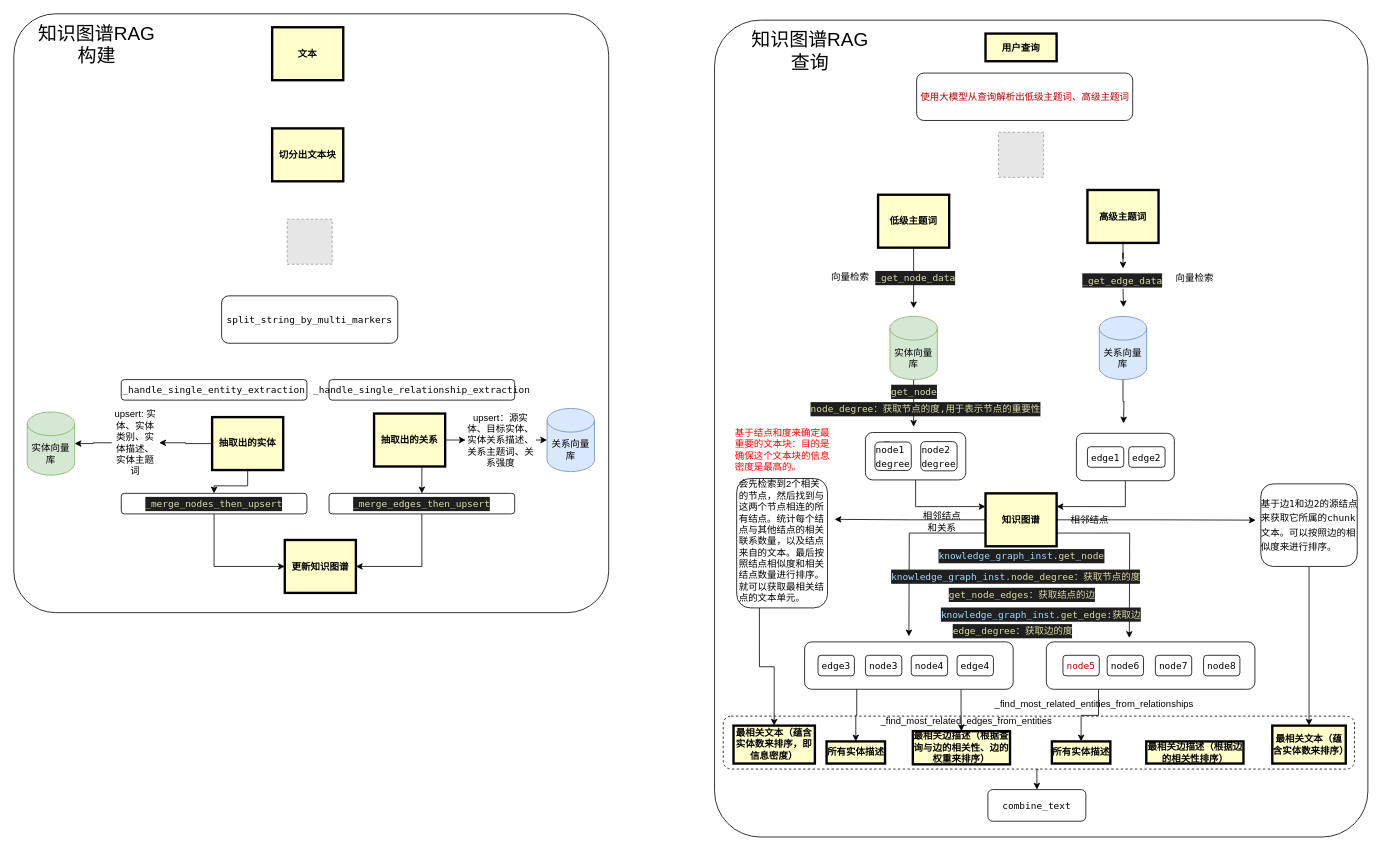
This is 知识图谱RAG.drawio from liweizhen111/GIt-GitHub_Note, a draw.io file, before an edit. Source tidied: cells renumbered, new cells numbered last; positions are measured from the earlier drawing's top-left corner, leaving out a move shared by most shapes. Both pictures are drawn from the tidied source at 79%, with x=0, y=0 at pixel (13, 13). Pictures stored in the file or linked from it are replaced by grey dashed boxes.
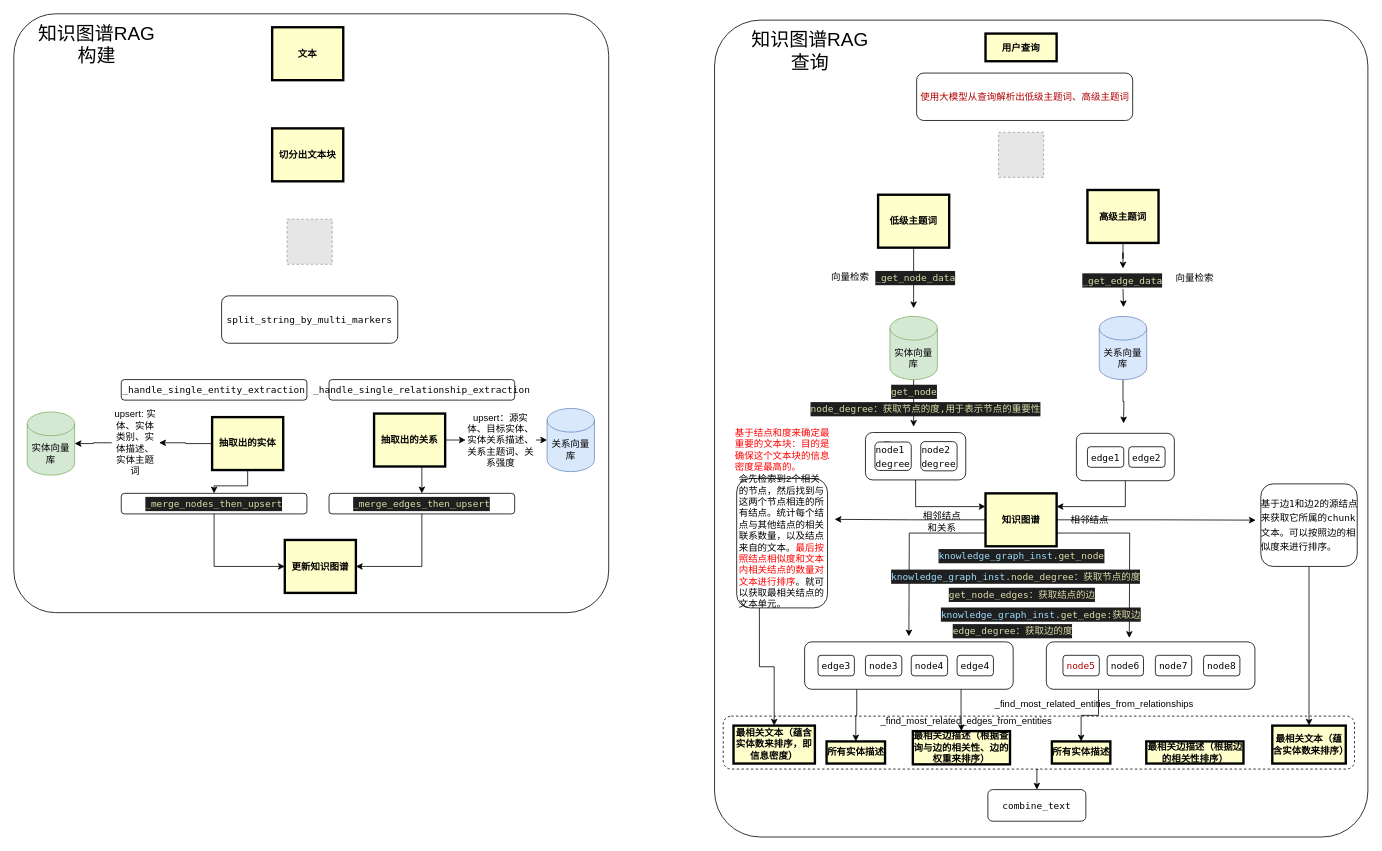
Above is the later version.

Commit message:
更新知识图谱RAG.drawio

What changed in the source:
```diff
@@
-    <mxCell id="96" value="会先检索到2个相关的节点，然后找到与这两个节点相连的所有结点。统计每个结点与其他结点的相关联系数量，以及结点来自的文本。最后按照结点相似度和相关结点数量进行排序。就可以获取最相关结点的文本单元。" style="text;html=1;align=left;verticalAlign=middle;whiteSpace=wrap;rounded=0;" parent="1" vertex="1">
+    <mxCell id="96" value="会先检索到2个相关的节点，然后找到与这两个节点相连的所有结点。统计每个结点与其他结点的相关联系数量，以及结点来自的文本。&lt;span style=&quot;color: rgb(255, 0, 0);&quot;&gt;最后按照结点相似度和文本内相关结点的数量对文本进行排序&lt;/span&gt;。就可以获取最相关结点的文本单元。" style="text;html=1;align=left;verticalAlign=middle;whiteSpace=wrap;rounded=0;" parent="1" vertex="1">
       <mxGeometry x="915.7" y="630" width="114.3" height="76" as="geometry" />
     </mxCell>
```
